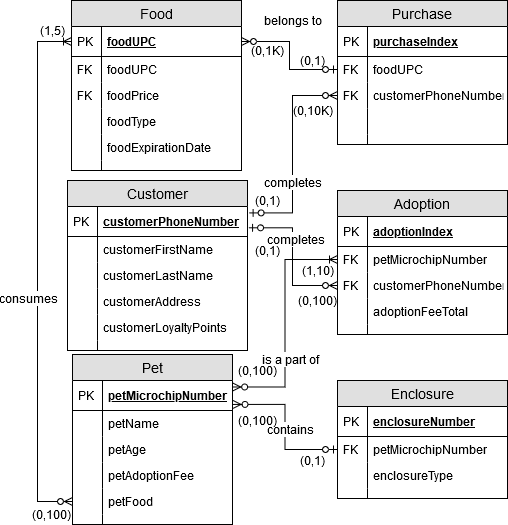
Above: PetShopER.png in BlueHatHkr/IST210-Spring2020 (draw.io), before the change. Source tidied: cells renumbered, new cells last; positions are measured from the earlier drawing's top-left corner, leaving out a move shared by most shapes.
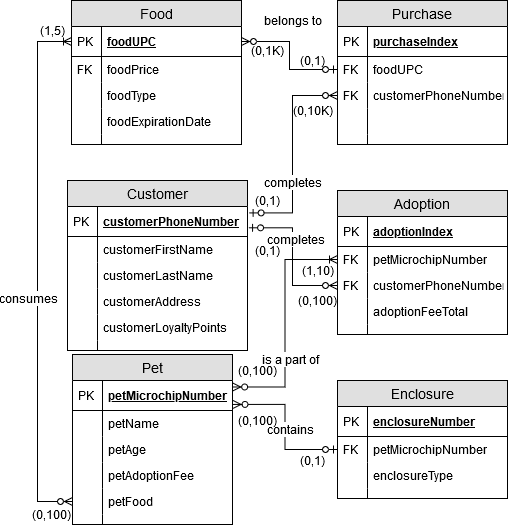
The same file after the commit.

The edit, as a diff of the source:
```diff
@@ -147,7 +147,7 @@
       <mxGeometry width="30" height="10" as="geometry" />
     </mxCell>
     <mxCell id="50" value="Food" style="swimlane;fontStyle=0;horizontal=1;startSize=26;fillColor=#e0e0e0;swimlaneFillColor=#ffffff;align=center;fontSize=14;" parent="1" vertex="1">
-      <mxGeometry x="45" width="170" height="170" as="geometry" />
+      <mxGeometry x="45" width="170" height="144" as="geometry" />
     </mxCell>
     <mxCell id="51" value="foodUPC" style="shape=partialRectangle;top=0;left=0;right=0;bottom=1;align=left;verticalAlign=middle;fillColor=none;spacingLeft=34;spacingRight=4;overflow=hidden;points=[[0,0.5],[1,0.5]];portConstraint=eastwest;fontStyle=5;fontSize=12;" parent="50" vertex="1">
       <mxGeometry y="26" width="170" height="30" as="geometry" />
@@ -155,32 +155,26 @@
     <mxCell id="52" value="PK" style="shape=partialRectangle;top=0;left=0;bottom=0;fillColor=none;align=left;verticalAlign=middle;spacingLeft=4;spacingRight=4;overflow=hidden;fontSize=12;" parent="51" vertex="1">
       <mxGeometry width="30" height="30" as="geometry" />
     </mxCell>
-    <mxCell id="53" value="foodUPC" style="shape=partialRectangle;top=0;left=0;right=0;bottom=0;align=left;verticalAlign=top;fillColor=none;spacingLeft=34;spacingRight=4;overflow=hidden;fontSize=12;" parent="50" vertex="1">
-      <mxGeometry y="56" width="170" height="26" as="geometry" />
-    </mxCell>
-    <mxCell id="54" value="FK" style="shape=partialRectangle;top=0;left=0;bottom=0;fillColor=none;align=left;verticalAlign=top;spacingLeft=4;spacingRight=4;overflow=hidden;fontSize=12;" parent="53" vertex="1">
-      <mxGeometry width="30" height="26" as="geometry" />
-    </mxCell>
     <mxCell id="55" value="foodPrice" style="shape=partialRectangle;top=0;left=0;right=0;bottom=0;align=left;verticalAlign=top;fillColor=none;spacingLeft=34;spacingRight=4;overflow=hidden;fontSize=12;" parent="50" vertex="1">
-      <mxGeometry y="82" width="170" height="26" as="geometry" />
+      <mxGeometry y="56" width="170" height="26" as="geometry" />
     </mxCell>
     <mxCell id="56" value="FK" style="shape=partialRectangle;top=0;left=0;bottom=0;fillColor=none;align=left;verticalAlign=top;spacingLeft=4;spacingRight=4;overflow=hidden;fontSize=12;" parent="55" vertex="1">
       <mxGeometry width="30" height="26" as="geometry" />
     </mxCell>
     <mxCell id="57" value="foodType" style="shape=partialRectangle;top=0;left=0;right=0;bottom=0;align=left;verticalAlign=top;fillColor=none;spacingLeft=34;spacingRight=4;overflow=hidden;fontSize=12;" parent="50" vertex="1">
-      <mxGeometry y="108" width="170" height="26" as="geometry" />
+      <mxGeometry y="82" width="170" height="26" as="geometry" />
     </mxCell>
     <mxCell id="58" style="shape=partialRectangle;top=0;left=0;bottom=0;fillColor=none;align=left;verticalAlign=top;spacingLeft=4;spacingRight=4;overflow=hidden;fontSize=12;" parent="57" vertex="1">
       <mxGeometry width="30" height="26" as="geometry" />
     </mxCell>
     <mxCell id="59" value="foodExpirationDate" style="shape=partialRectangle;top=0;left=0;right=0;bottom=0;align=left;verticalAlign=top;fillColor=none;spacingLeft=34;spacingRight=4;overflow=hidden;fontSize=12;" parent="50" vertex="1">
-      <mxGeometry y="134" width="170" height="26" as="geometry" />
+      <mxGeometry y="108" width="170" height="26" as="geometry" />
     </mxCell>
     <mxCell id="60" style="shape=partialRectangle;top=0;left=0;bottom=0;fillColor=none;align=left;verticalAlign=top;spacingLeft=4;spacingRight=4;overflow=hidden;fontSize=12;" parent="59" vertex="1">
       <mxGeometry width="30" height="26" as="geometry" />
     </mxCell>
     <mxCell id="61" style="shape=partialRectangle;top=0;left=0;right=0;bottom=0;align=left;verticalAlign=top;fillColor=none;spacingLeft=34;spacingRight=4;overflow=hidden;fontSize=12;" parent="50" vertex="1">
-      <mxGeometry y="160" width="170" height="10" as="geometry" />
+      <mxGeometry y="134" width="170" height="10" as="geometry" />
     </mxCell>
     <mxCell id="62" style="shape=partialRectangle;top=0;left=0;bottom=0;fillColor=none;align=left;verticalAlign=top;spacingLeft=4;spacingRight=4;overflow=hidden;fontSize=12;" parent="61" vertex="1">
       <mxGeometry width="30" height="10" as="geometry" />
```
